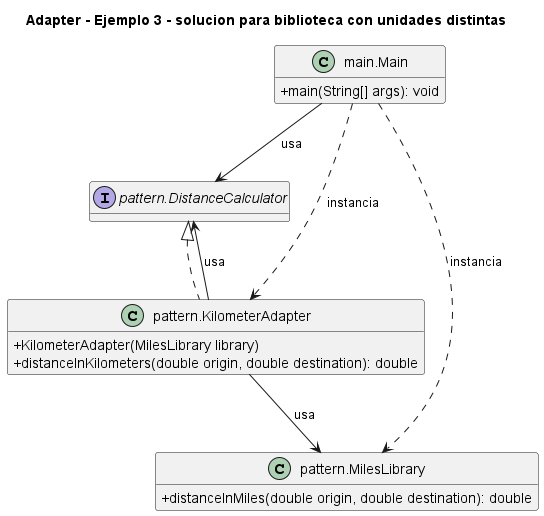
Before: 2. Estructurales/Adapter/Ejemplo 3 - solucion para biblioteca con unidades distintas/UML.png, a diagram exported from PlantUML (NicoCG32/Patrones-de-Software-y-Programacion-UCN). Source of this version:
```plantuml
@startuml
title Adapter - Ejemplo 3 - solucion para biblioteca con unidades distintas
skinparam classAttributeIconSize 0
hide empty fields
class "main.Main" as main_Main {
  +main(String[] args): void
}
interface "pattern.DistanceCalculator" as pattern_DistanceCalculator {
}
class "pattern.KilometerAdapter" as pattern_KilometerAdapter {
  +KilometerAdapter(MilesLibrary library)
  +distanceInKilometers(double origin, double destination): double
}
class "pattern.MilesLibrary" as pattern_MilesLibrary {
  +distanceInMiles(double origin, double destination): double
}
pattern_DistanceCalculator <|.. pattern_KilometerAdapter
main_Main --> pattern_DistanceCalculator : usa
main_Main ..> pattern_KilometerAdapter : instancia
main_Main ..> pattern_MilesLibrary : instancia
pattern_KilometerAdapter --> pattern_DistanceCalculator : usa
pattern_KilometerAdapter --> pattern_MilesLibrary : usa
@enduml
```
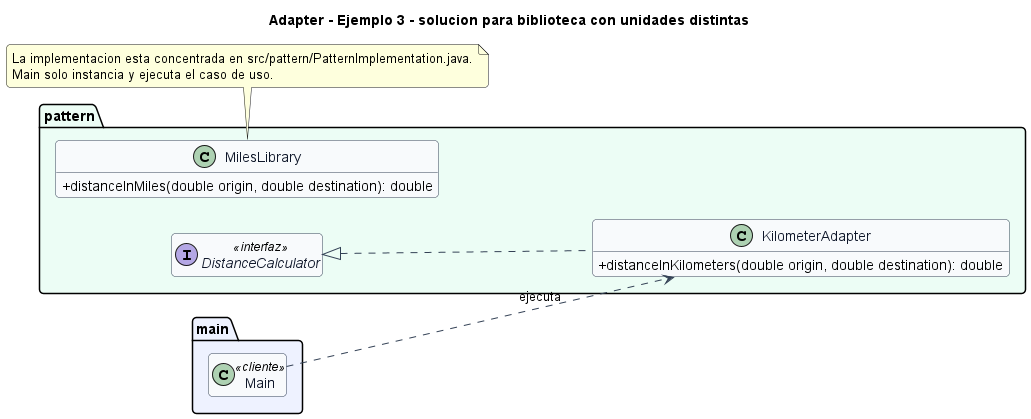
The same file after the commit.

Change to the diagram source:
```diff
@@ -1,23 +1,38 @@
 @startuml
 title Adapter - Ejemplo 3 - solucion para biblioteca con unidades distintas
+left to right direction
+skinparam backgroundColor #FFFFFF
+skinparam shadowing false
+skinparam roundcorner 8
 skinparam classAttributeIconSize 0
-hide empty fields
-class "main.Main" as main_Main {
-  +main(String[] args): void
+skinparam class {
+  BackgroundColor #F8FAFC
+  BorderColor #334155
+  ArrowColor #334155
+  FontColor #0F172A
 }
-interface "pattern.DistanceCalculator" as pattern_DistanceCalculator {
+hide empty members
+
+package "main" #EEF2FF {
+  class Main <<cliente>>
 }
-class "pattern.KilometerAdapter" as pattern_KilometerAdapter {
-  +KilometerAdapter(MilesLibrary library)
-  +distanceInKilometers(double origin, double destination): double
+
+package "pattern" #ECFDF5 {
+  interface DistanceCalculator <<interfaz>> {
+  }
+  class KilometerAdapter {
+    +distanceInKilometers(double origin, double destination): double
+  }
+  class MilesLibrary {
+    +distanceInMiles(double origin, double destination): double
+  }
 }
-class "pattern.MilesLibrary" as pattern_MilesLibrary {
-  +distanceInMiles(double origin, double destination): double
-}
-pattern_DistanceCalculator <|.. pattern_KilometerAdapter
-main_Main --> pattern_DistanceCalculator : usa
-main_Main ..> pattern_KilometerAdapter : instancia
-main_Main ..> pattern_MilesLibrary : instancia
-pattern_KilometerAdapter --> pattern_DistanceCalculator : usa
-pattern_KilometerAdapter --> pattern_MilesLibrary : usa
+
+DistanceCalculator <|.. KilometerAdapter
+Main ..> KilometerAdapter : ejecuta
+
+note bottom
+La implementacion esta concentrada en src/pattern/PatternImplementation.java.
+Main solo instancia y ejecuta el caso de uso.
+end note
 @enduml
```
